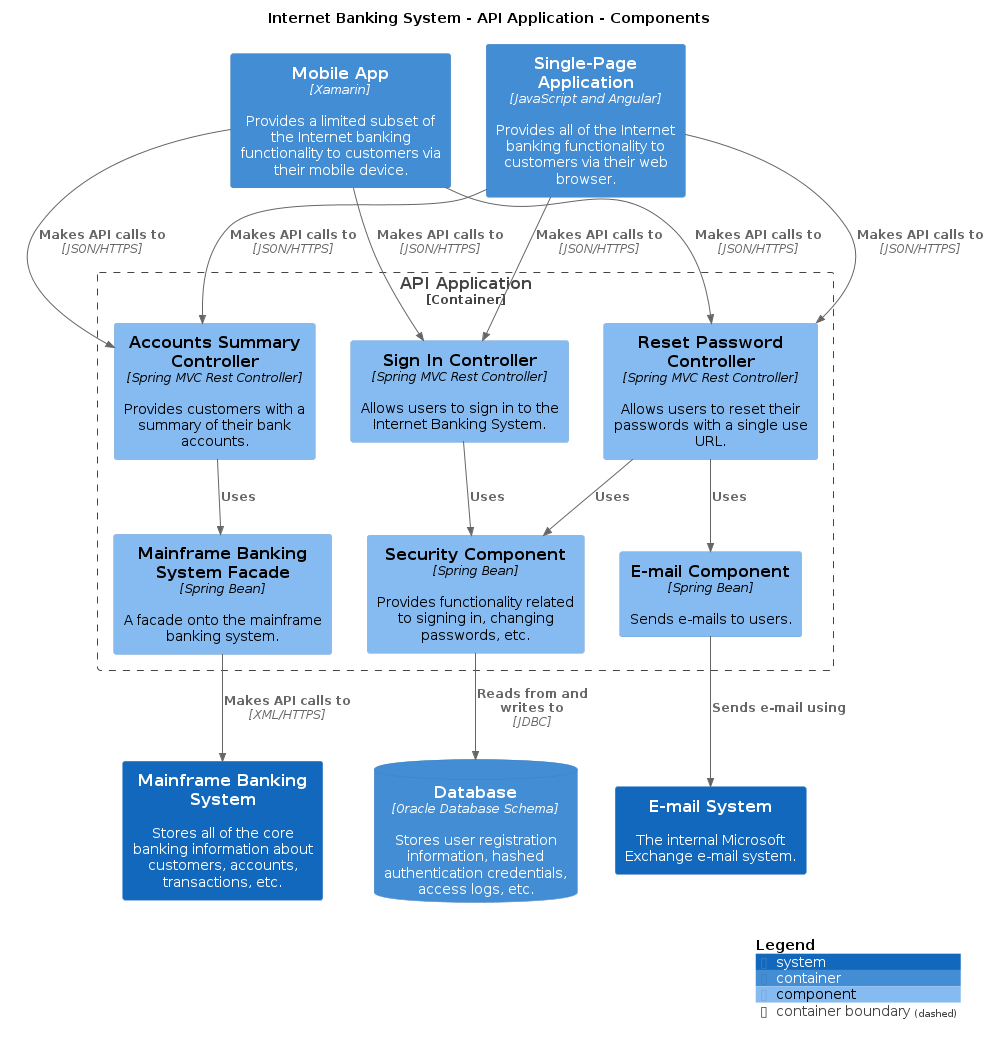
avisi-cloud/structurizr-site-generatr keeps this PlantUML diagram as main/png/Components.png. Above is the earlier version.
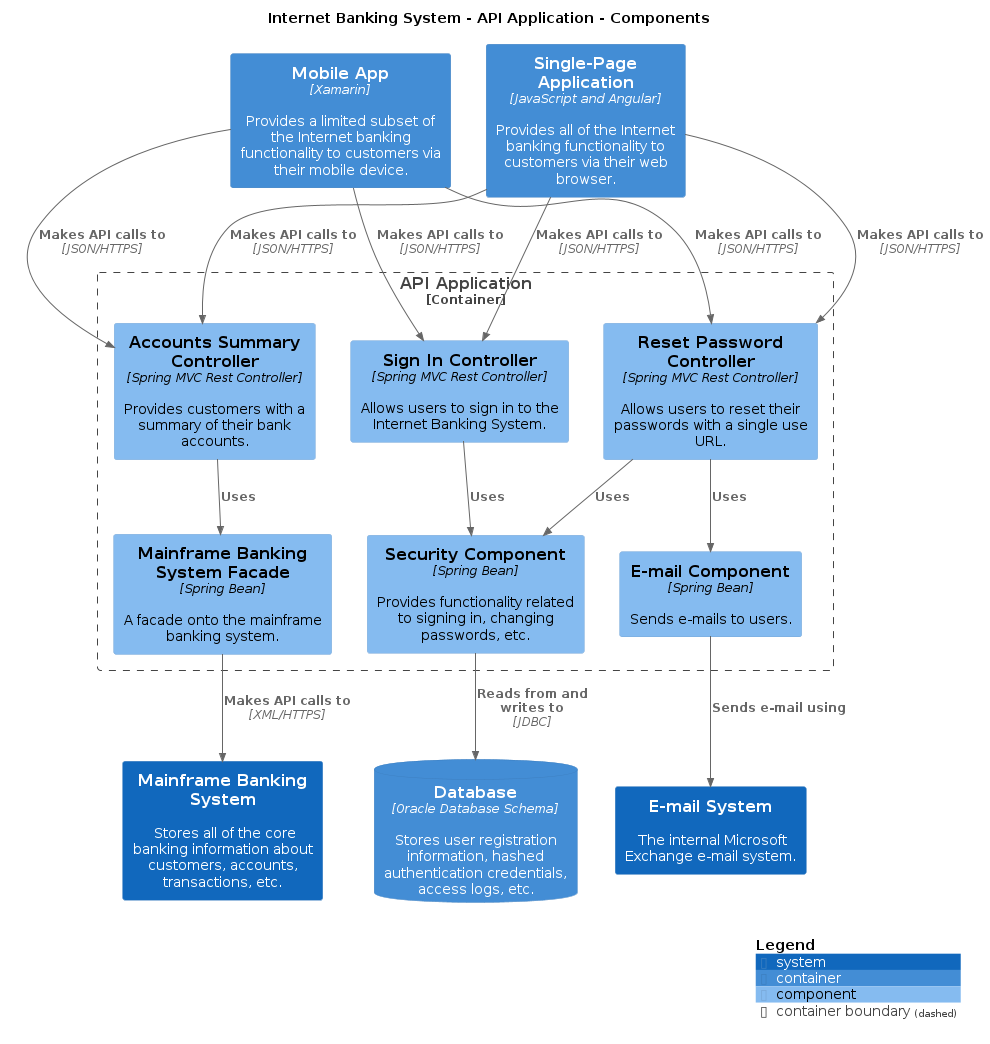
Later version of the same file.

What changed in the source:
```diff
@@ -4,10 +4,10 @@
 
 top to bottom direction
 
-!include /home/runner/work/structurizr-site-generatr/structurizr-site-generatr/build/puml-cache/C4.puml
-!include /home/runner/work/structurizr-site-generatr/structurizr-site-generatr/build/puml-cache/C4_Context.puml
-!include /home/runner/work/structurizr-site-generatr/structurizr-site-generatr/build/puml-cache/C4_Container.puml
-!include /home/runner/work/structurizr-site-generatr/structurizr-site-generatr/build/puml-cache/C4_Component.puml
+!include <C4/C4>
+!include <C4/C4_Context>
+!include <C4/C4_Container>
+!include <C4/C4_Component>
 
 System(MainframeBankingSystem, "Mainframe Banking System", "Stores all of the core banking information about customers, accounts, transactions, etc.", $tags="")
 System(EmailSystem, "E-mail System", "The internal Microsoft Exchange e-mail system.", $tags="")
```
